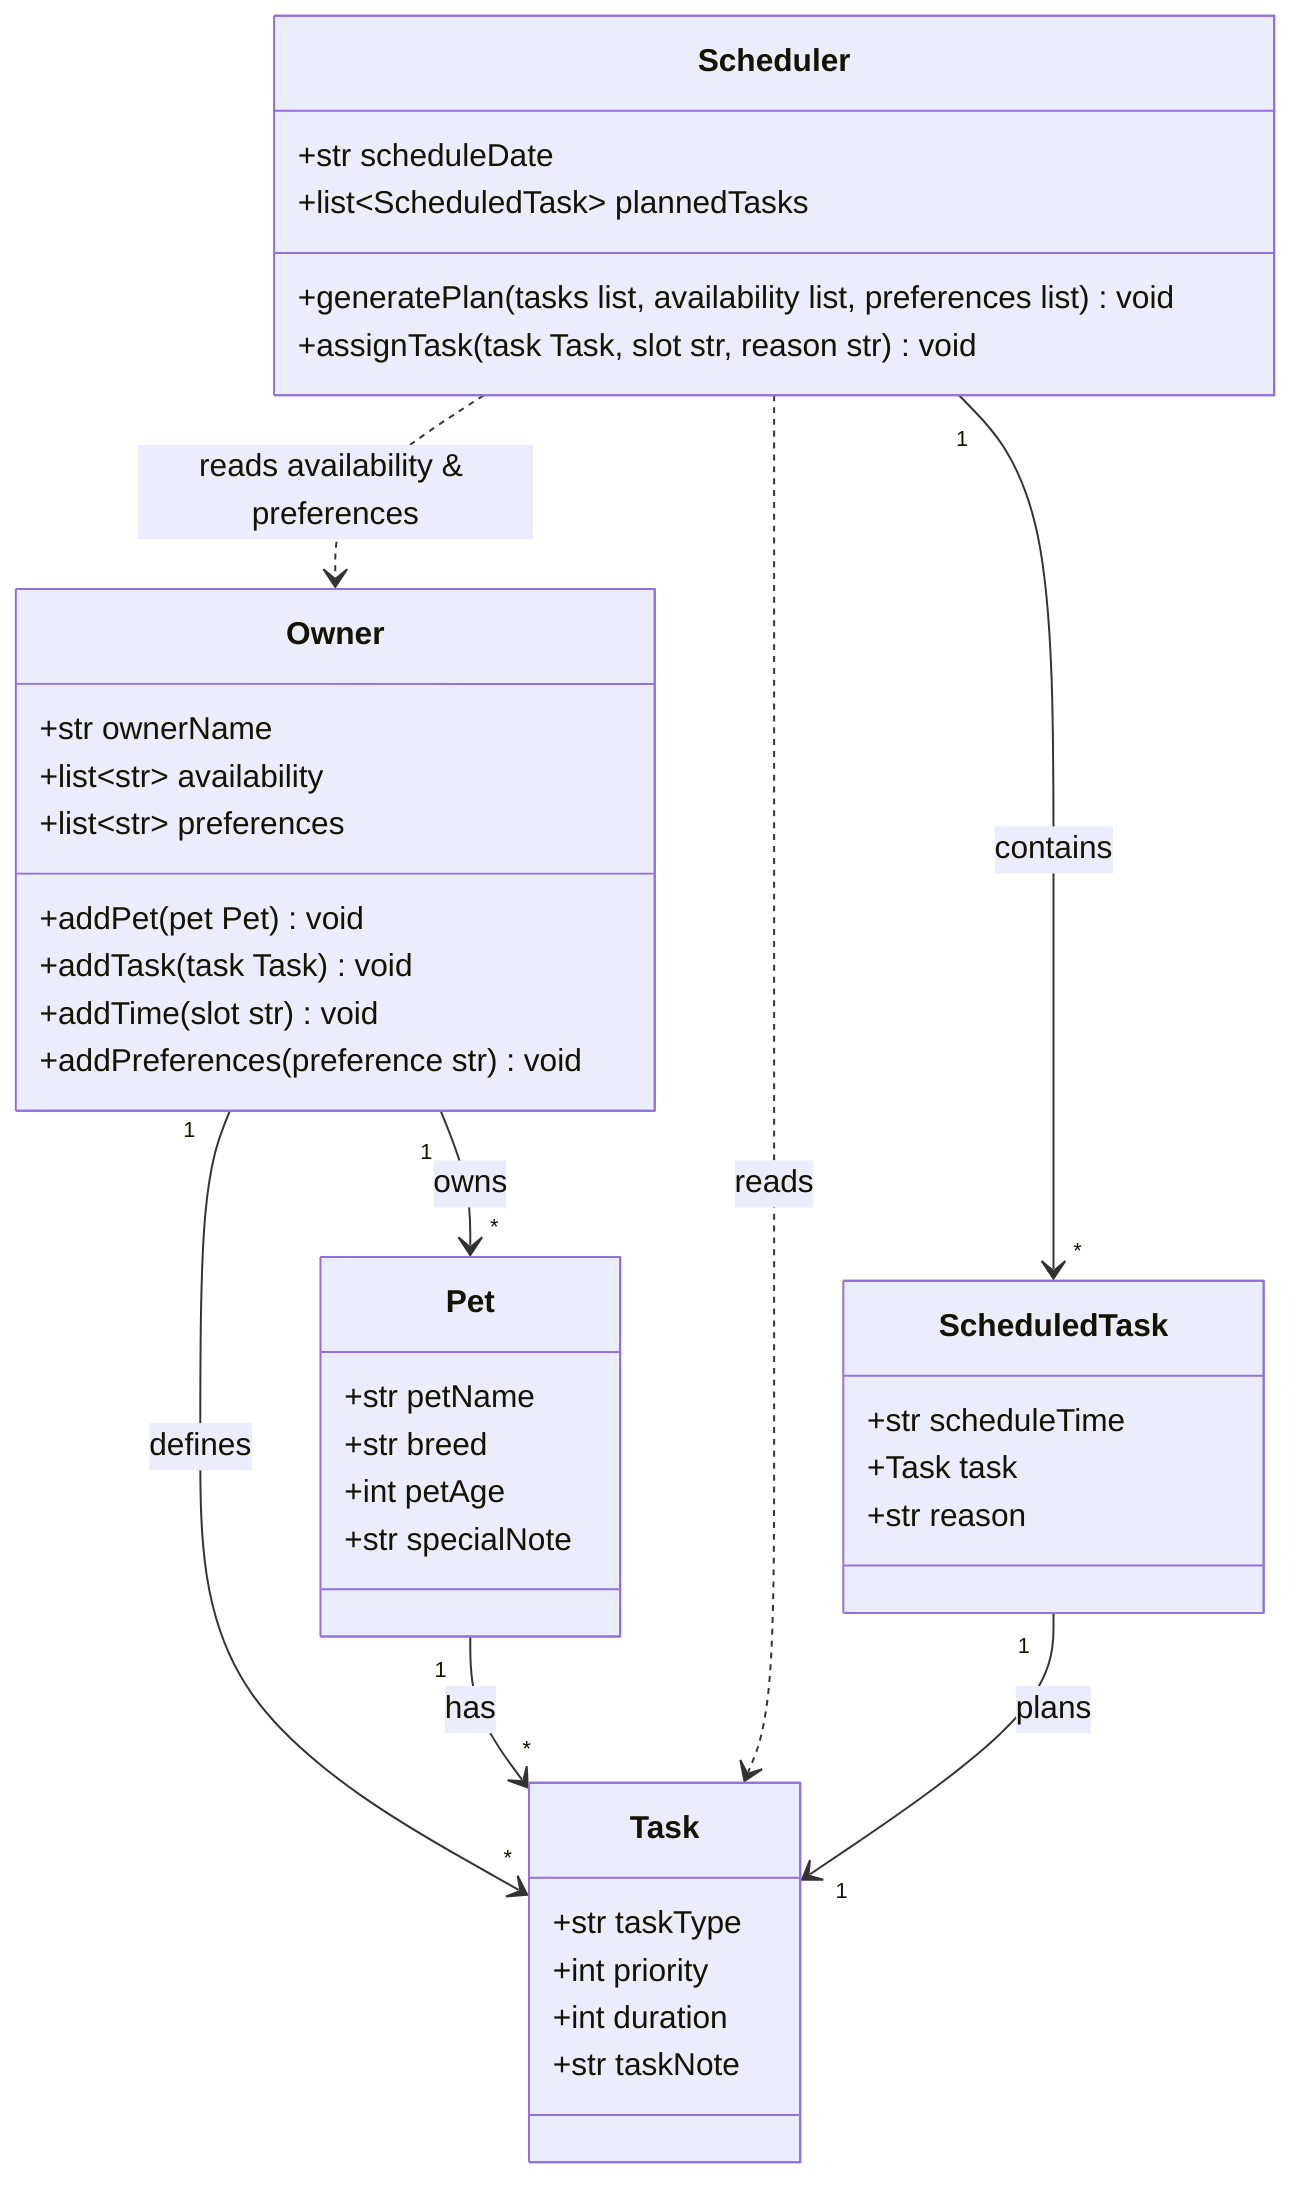
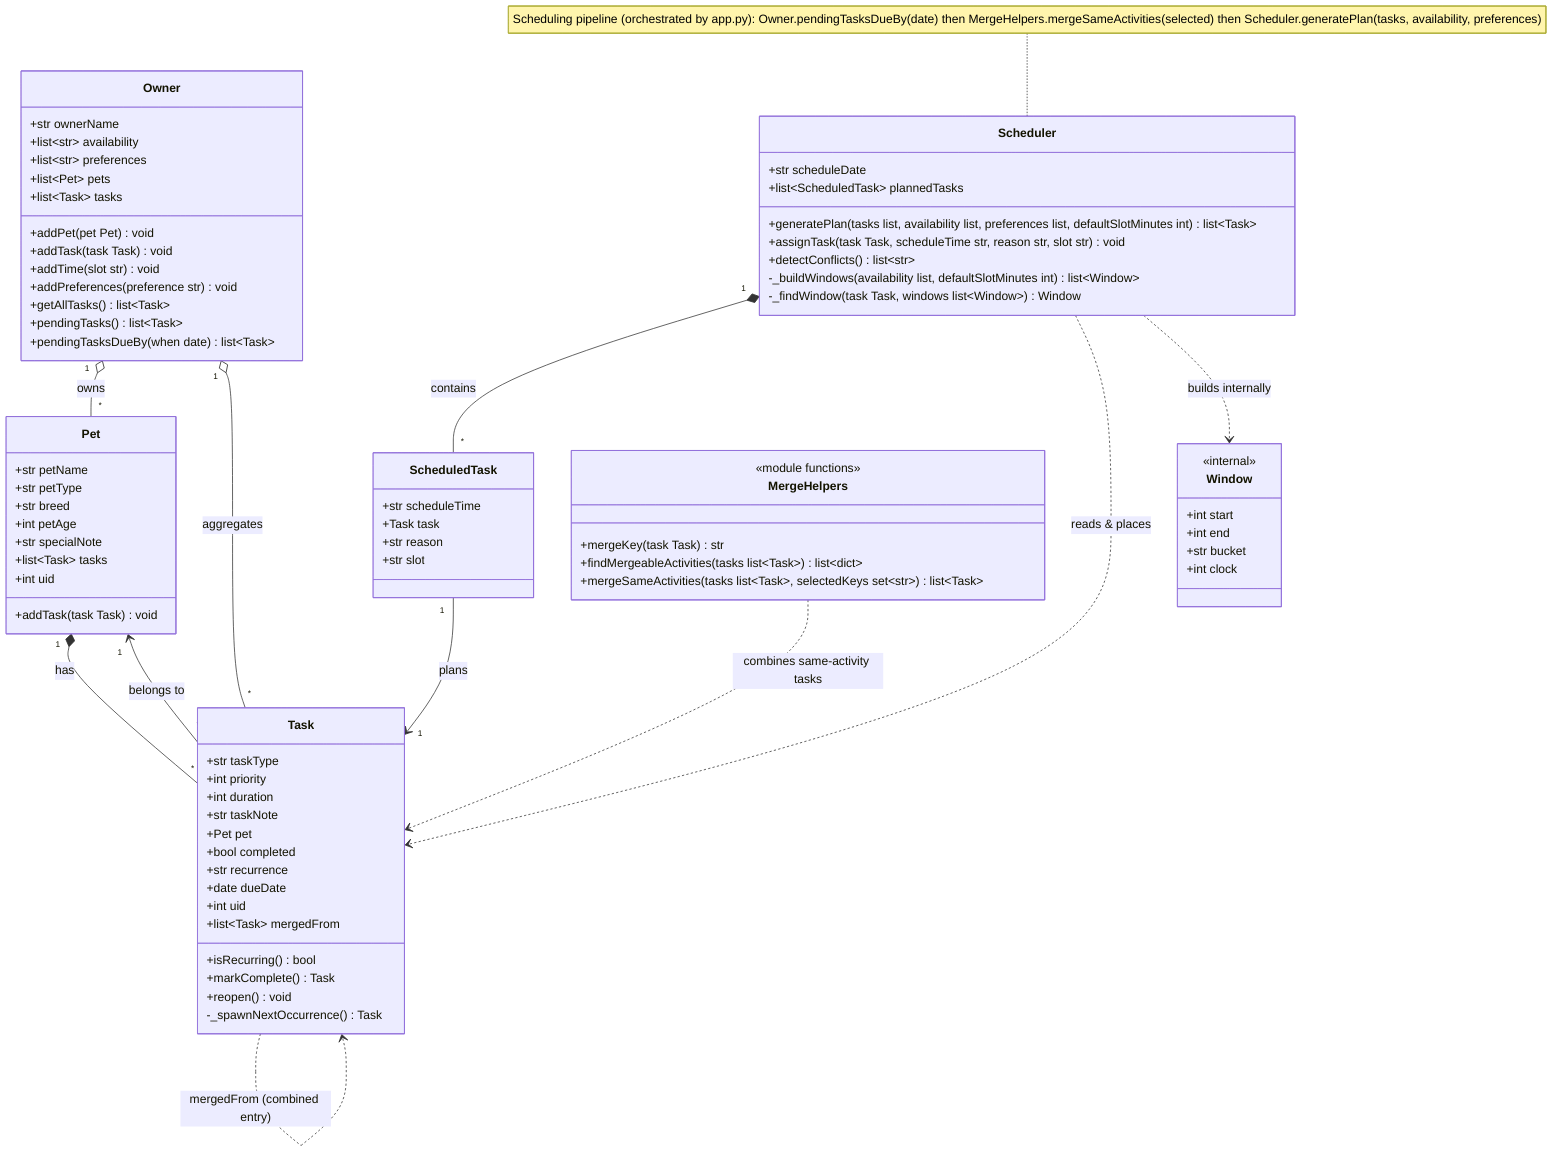
classDiagram
    class Owner {
        +str ownerName
        +list~str~ availability
        +list~str~ preferences
+         +list~Pet~ pets
+         +list~Task~ tasks
        +addPet(pet Pet) void
        +addTask(task Task) void
        +addTime(slot str) void
        +addPreferences(preference str) void
+         +getAllTasks() list~Task~
+         +pendingTasks() list~Task~
+         +pendingTasksDueBy(when date) list~Task~
    }

    class Pet {
        +str petName
+         +str petType
        +str breed
        +int petAge
        +str specialNote
+         +list~Task~ tasks
+         +int uid
+         +addTask(task Task) void
    }

    class Task {
        +str taskType
        +int priority
        +int duration
        +str taskNote
+         +Pet pet
+         +bool completed
+         +str recurrence
+         +date dueDate
+         +int uid
+         +list~Task~ mergedFrom
+         +isRecurring() bool
+         +markComplete() Task
+         +reopen() void
+         -_spawnNextOccurrence() Task
    }

    class Scheduler {
        +str scheduleDate
        +list~ScheduledTask~ plannedTasks
-         +generatePlan(tasks list, availability list, preferences list) void
-         +assignTask(task Task, slot str, reason str) void
+         +generatePlan(tasks list, availability list, preferences list, defaultSlotMinutes int) list~Task~
+         +assignTask(task Task, scheduleTime str, reason str, slot str) void
+         +detectConflicts() list~str~
+         -_buildWindows(availability list, defaultSlotMinutes int) list~Window~
+         -_findWindow(task Task, windows list~Window~) Window
    }

    class ScheduledTask {
        +str scheduleTime
        +Task task
        +str reason
+         +str slot
    }

-     Owner "1" --> "*" Pet : owns
-     Owner "1" --> "*" Task : defines
-     Pet "1" --> "*" Task : has
-     Scheduler ..> Task : reads
-     Scheduler ..> Owner : reads availability & preferences
-     Scheduler "1" --> "*" ScheduledTask : contains
+     class Window {
+         <<internal>>
+         +int start
+         +int end
+         +str bucket
+         +int clock
+     }
+ 
+     class MergeHelpers {
+         <<module functions>>
+         +mergeKey(task Task) str
+         +findMergeableActivities(tasks list~Task~) list~dict~
+         +mergeSameActivities(tasks list~Task~, selectedKeys set~str~) list~Task~
+     }
+ 
+     Owner "1" o-- "*" Pet : owns
+     Owner "1" o-- "*" Task : aggregates
+     Pet "1" *-- "*" Task : has
+     Task "*" --> "1" Pet : belongs to
+     Task ..> Task : mergedFrom (combined entry)
+     Scheduler "1" *-- "*" ScheduledTask : contains
    ScheduledTask "1" --> "1" Task : plans
+     Scheduler ..> Task : reads & places
+     Scheduler ..> Window : builds internally
+     MergeHelpers ..> Task : combines same-activity tasks
+ 
+     note for Scheduler "Scheduling pipeline (orchestrated by app.py): Owner.pendingTasksDueBy(date) then MergeHelpers.mergeSameActivities(selected) then Scheduler.generatePlan(tasks, availability, preferences)"
